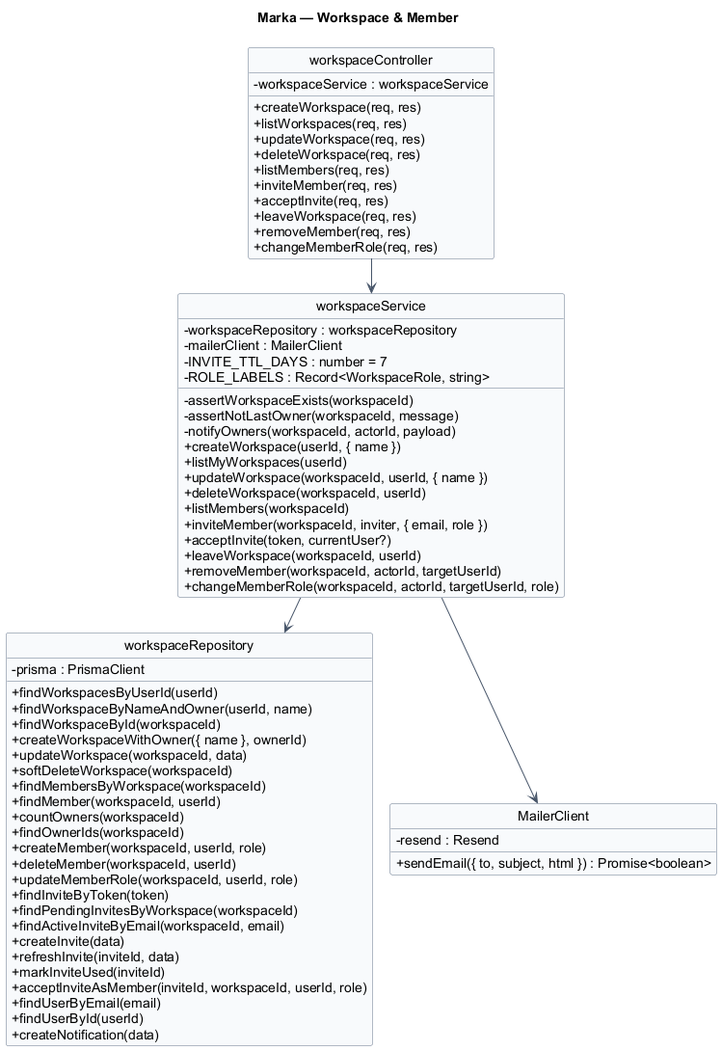
Before: docs/diagrams/02-workspace.png, a diagram exported from PlantUML (Pham-Hong-Ky/marka-capstone). Its diagram source:
```plantuml
@startuml 02-workspace
hide circle
hide stereotype
!pragma layout smetana
title Marka — Workspace & Member

skinparam classAttributeIconSize 0
skinparam linetype ortho
skinparam shadowing false
skinparam defaultFontName Arial
skinparam nodesep 24
skinparam ranksep 40
skinparam class {
  BackgroundColor #F8FAFC
  BorderColor #64748B
  ArrowColor #475569
}

class "workspaceController" as workspaceController {
  - workspaceService : workspaceService
  + createWorkspace(req, res)
  + listWorkspaces(req, res)
  + updateWorkspace(req, res)
  + deleteWorkspace(req, res)
  + listMembers(req, res)
  + inviteMember(req, res)
  + acceptInvite(req, res)
  + leaveWorkspace(req, res)
  + removeMember(req, res)
  + changeMemberRole(req, res)
}

class "workspaceService" as workspaceService {
  - workspaceRepository : workspaceRepository
  - mailerClient : MailerClient
  - INVITE_TTL_DAYS : number = 7
  - ROLE_LABELS : Record<WorkspaceRole, string>
  - assertWorkspaceExists(workspaceId)
  - assertNotLastOwner(workspaceId, message)
  - notifyOwners(workspaceId, actorId, payload)
  + createWorkspace(userId, { name })
  + listMyWorkspaces(userId)
  + updateWorkspace(workspaceId, userId, { name })
  + deleteWorkspace(workspaceId, userId)
  + listMembers(workspaceId)
  + inviteMember(workspaceId, inviter, { email, role })
  + acceptInvite(token, currentUser?)
  + leaveWorkspace(workspaceId, userId)
  + removeMember(workspaceId, actorId, targetUserId)
  + changeMemberRole(workspaceId, actorId, targetUserId, role)
}

class "workspaceRepository" as workspaceRepository {
  - prisma : PrismaClient
  + findWorkspacesByUserId(userId)
  + findWorkspaceByNameAndOwner(userId, name)
  + findWorkspaceById(workspaceId)
  + createWorkspaceWithOwner({ name }, ownerId)
  + updateWorkspace(workspaceId, data)
  + softDeleteWorkspace(workspaceId)
  + findMembersByWorkspace(workspaceId)
  + findMember(workspaceId, userId)
  + countOwners(workspaceId)
  + findOwnerIds(workspaceId)
  + createMember(workspaceId, userId, role)
  + deleteMember(workspaceId, userId)
  + updateMemberRole(workspaceId, userId, role)
  + findInviteByToken(token)
  + findPendingInvitesByWorkspace(workspaceId)
  + findActiveInviteByEmail(workspaceId, email)
  + createInvite(data)
  + refreshInvite(inviteId, data)
  + markInviteUsed(inviteId)
  + acceptInviteAsMember(inviteId, workspaceId, userId, role)
  + findUserByEmail(email)
  + findUserById(userId)
  + createNotification(data)
}

class "MailerClient" as mailerClient {
  - resend : Resend
  + sendEmail({ to, subject, html }) : Promise<boolean>
}

workspaceController --> workspaceService
workspaceService --> workspaceRepository
workspaceService --> mailerClient

@enduml
```
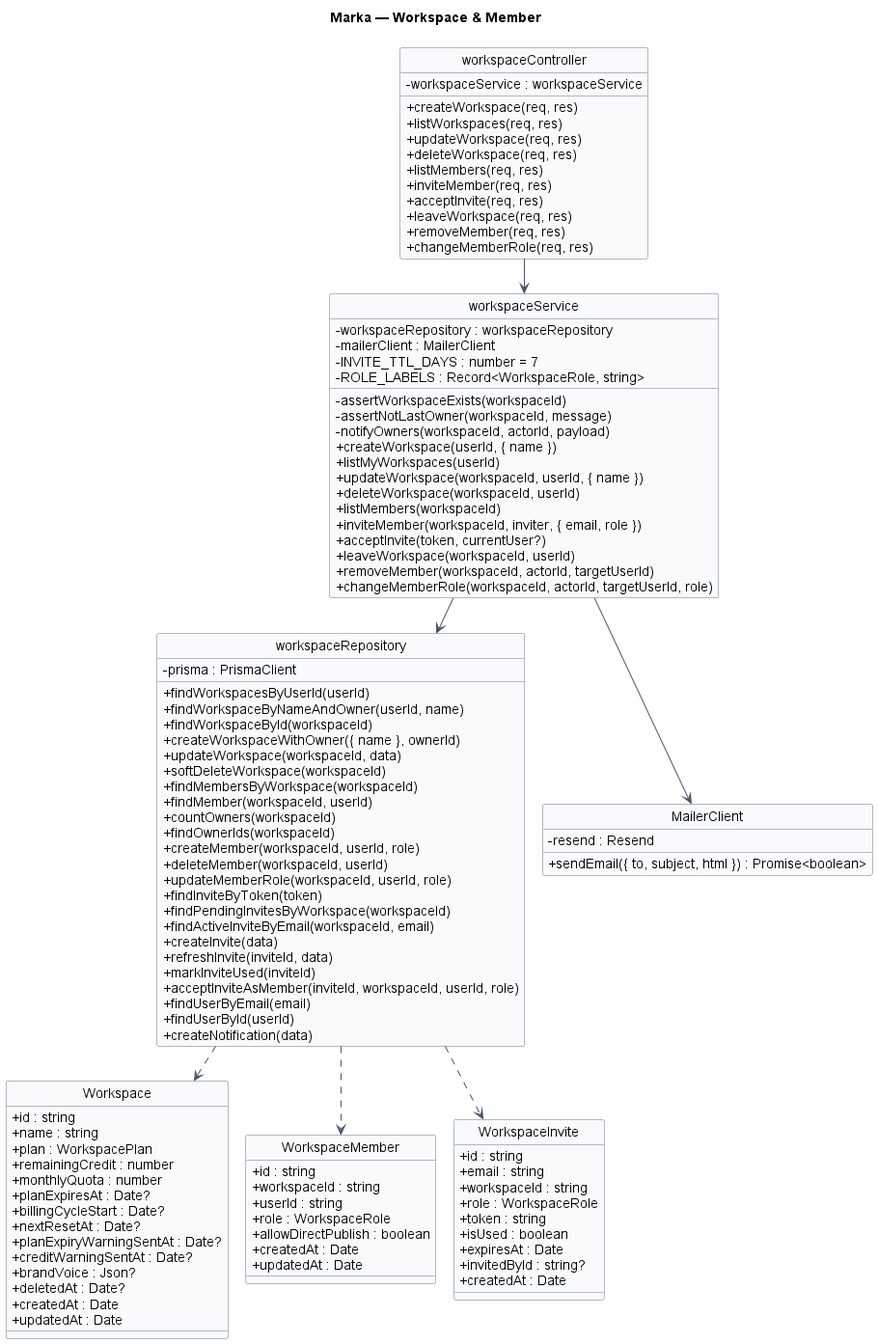
Above is the later version.

What changed in the source:
```diff
@@ -8,12 +8,51 @@
 skinparam linetype ortho
 skinparam shadowing false
 skinparam defaultFontName Arial
-skinparam nodesep 24
-skinparam ranksep 40
+skinparam nodesep 40
+skinparam ranksep 50
 skinparam class {
   BackgroundColor #F8FAFC
   BorderColor #64748B
   ArrowColor #475569
+}
+
+class "Workspace" as Workspace {
+  + id : string
+  + name : string
+  + plan : WorkspacePlan
+  + remainingCredit : number
+  + monthlyQuota : number
+  + planExpiresAt : Date?
+  + billingCycleStart : Date?
+  + nextResetAt : Date?
+  + planExpiryWarningSentAt : Date?
+  + creditWarningSentAt : Date?
+  + brandVoice : Json?
+  + deletedAt : Date?
+  + createdAt : Date
+  + updatedAt : Date
+}
+
+class "WorkspaceMember" as WorkspaceMember {
+  + id : string
+  + workspaceId : string
+  + userId : string
+  + role : WorkspaceRole
+  + allowDirectPublish : boolean
+  + createdAt : Date
+  + updatedAt : Date
+}
+
+class "WorkspaceInvite" as WorkspaceInvite {
+  + id : string
+  + email : string
+  + workspaceId : string
+  + role : WorkspaceRole
+  + token : string
+  + isUsed : boolean
+  + expiresAt : Date
+  + invitedById : string?
+  + createdAt : Date
 }
 
 class "workspaceController" as workspaceController {
@@ -85,5 +124,8 @@
 workspaceController --> workspaceService
 workspaceService --> workspaceRepository
 workspaceService --> mailerClient
+workspaceRepository ..> Workspace
+workspaceRepository ..> WorkspaceMember
+workspaceRepository ..> WorkspaceInvite
 
 @enduml
```
